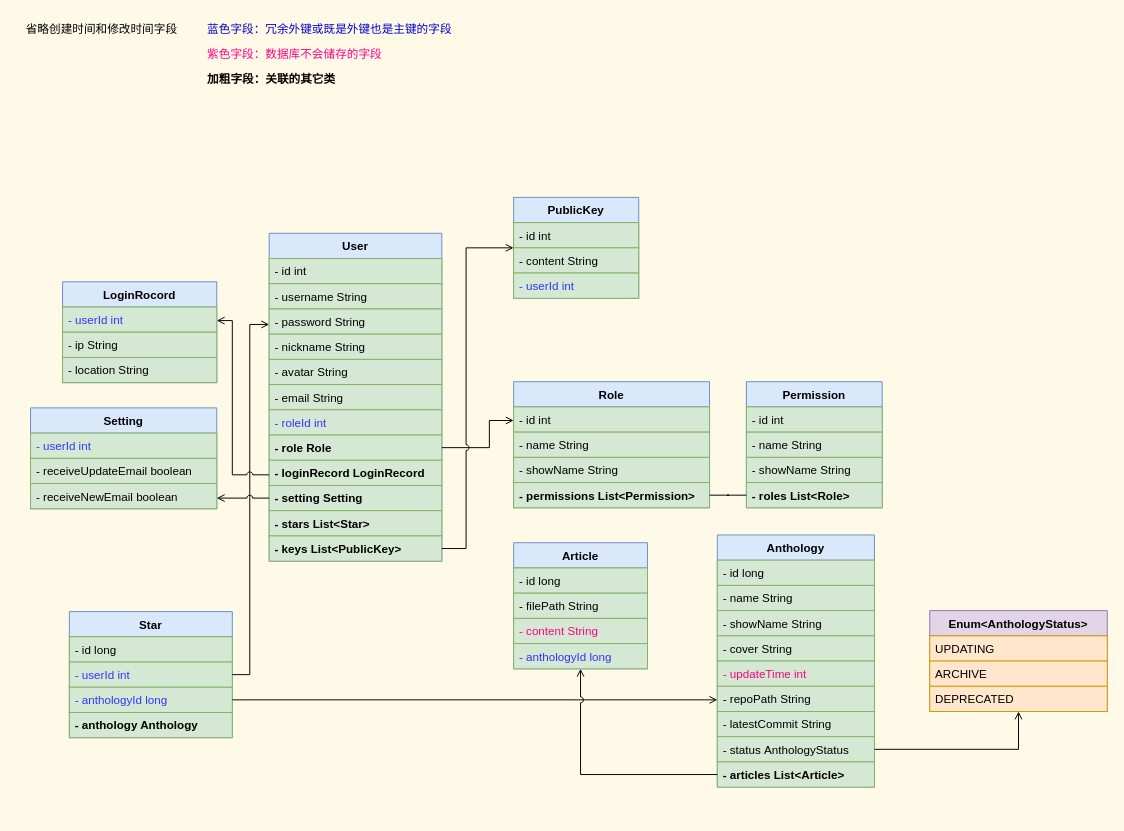
This is page "Java类图" (1 of 3) of docs/diagram/后端类图.dio from swsk33/git-document, a draw.io file, before an edit. Source tidied: cells renumbered, new cells numbered last; positions are measured from the earlier drawing's top-left corner, leaving out a move shared by most shapes. Both pictures are drawn from the tidied source at 97%, with x=0, y=0 at pixel (16, 16).
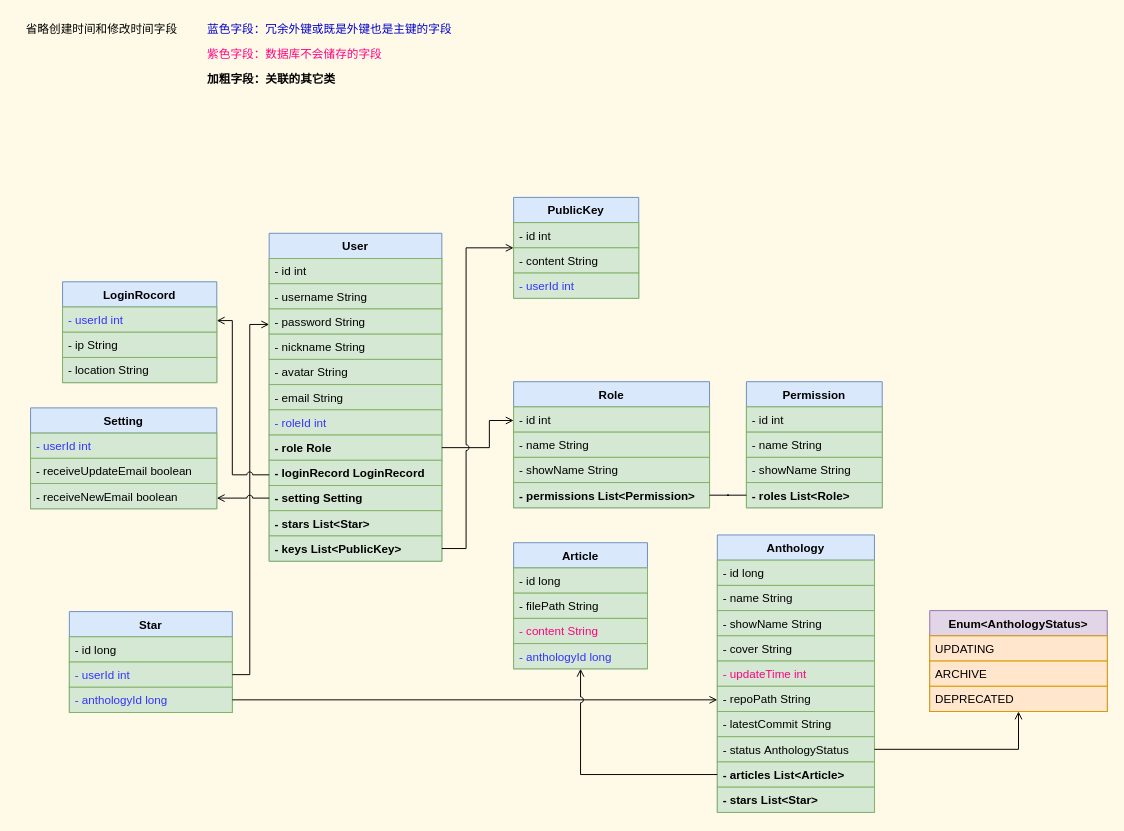
After the change.

What changed in the source:
```diff
@@
     <mxCell id="32" value="Anthology" style="swimlane;fontStyle=1;align=center;verticalAlign=top;horizontal=1;startSize=26;fillColor=#dae8fc;strokeColor=#6c8ebf;fontColor=#000000;" parent="1" vertex="1">
-      <mxGeometry x="722" y="534" width="162" height="260" as="geometry" />
+      <mxGeometry x="722" y="534" width="162" height="286" as="geometry" />
     </mxCell>
@@
+    <mxCell id="74" value="- stars List&lt;Star&gt;" style="text;strokeColor=#82b366;fillColor=#d5e8d4;align=left;verticalAlign=top;spacingLeft=4;spacingRight=4;overflow=hidden;fontStyle=1;" parent="32" vertex="1">
+      <mxGeometry y="260" width="162" height="26" as="geometry" />
+    </mxCell>
@@
     <mxCell id="46" value="Star" style="swimlane;fontStyle=1;align=center;verticalAlign=top;horizontal=1;startSize=26;fillColor=#dae8fc;strokeColor=#6c8ebf;" parent="1" vertex="1">
-      <mxGeometry x="54" y="613" width="168" height="130" as="geometry" />
+      <mxGeometry x="54" y="613" width="168" height="104" as="geometry" />
     </mxCell>
@@
-    <mxCell id="50" value="- anthology Anthology" style="text;strokeColor=#82b366;fillColor=#d5e8d4;align=left;verticalAlign=top;spacingLeft=4;spacingRight=4;overflow=hidden;fontStyle=1;" parent="46" vertex="1">
-      <mxGeometry y="104" width="168" height="26" as="geometry" />
-    </mxCell>
```
